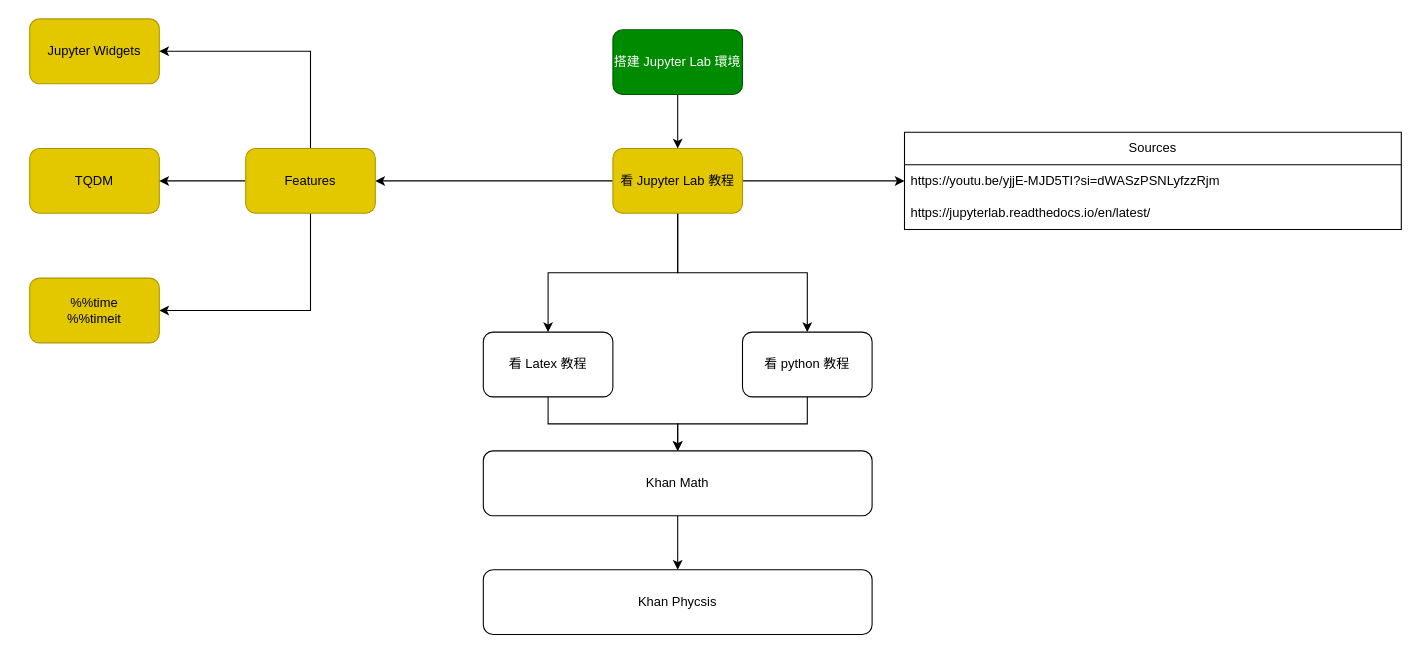
This is page "to-do" (2 of 2) of roadmap.drawio from Mini-Pingu/math_physics, a draw.io file, before an edit. Source tidied: cells renumbered, new cells numbered last; positions are measured from the earlier drawing's top-left corner, leaving out a move shared by most shapes. Both pictures are drawn from the tidied source at 108%, with x=0, y=0 at pixel (29, 18).
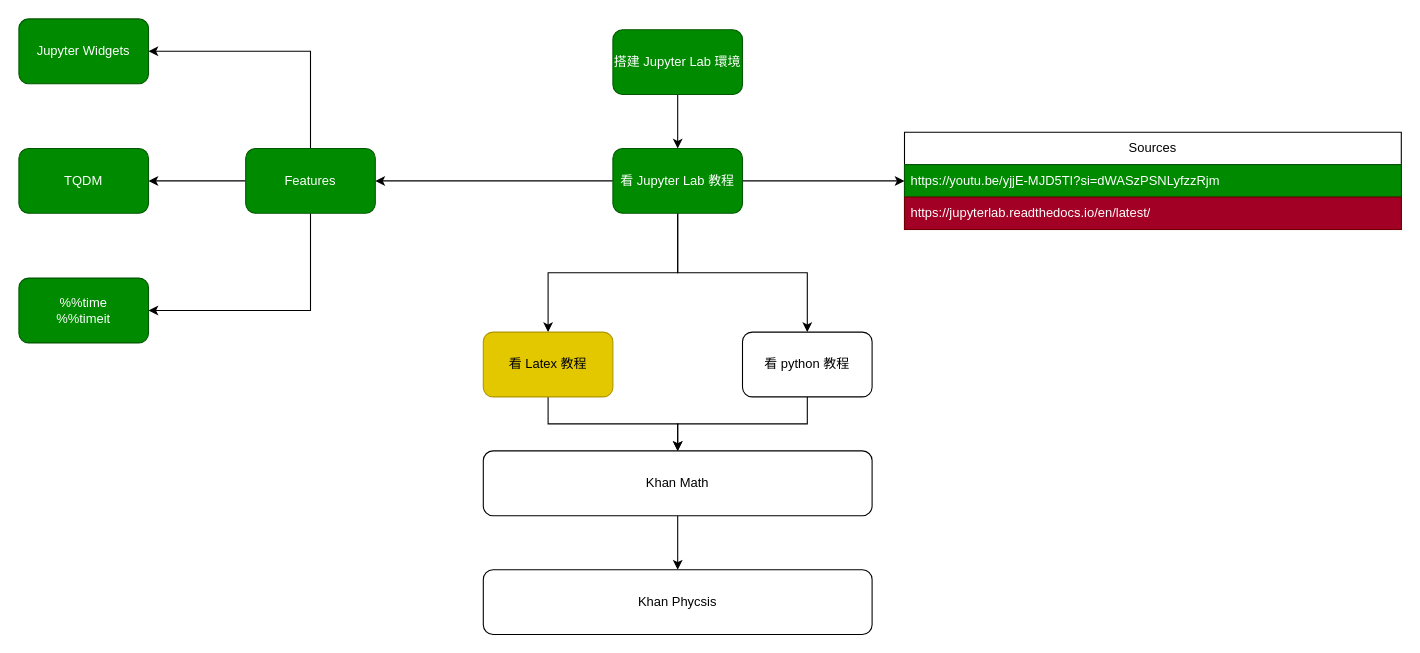
The same page after the edit.

Commit message (it also covers changes not shown here):
完成 youtube 教程, 有空才看 docs...

Unchanged cells that the change refers to:
```xml
<mxCell id="16" value="Sources" style="swimlane;fontStyle=0;horizontal=1;startSize=30;whiteSpace=wrap;html=1;" parent="1" vertex="1">
  <mxGeometry x="810" y="105" width="460" height="90" as="geometry" />
</mxCell>
```

Diff of the diagram source:
```diff
@@
-    <mxCell id="8" value="看 Jupyter Lab 教程" style="rounded=1;whiteSpace=wrap;html=1;fillColor=#e3c800;fontColor=#000000;strokeColor=#B09500;" parent="1" vertex="1">
+    <mxCell id="8" value="看 Jupyter Lab 教程" style="rounded=1;whiteSpace=wrap;html=1;fillColor=#008a00;fontColor=#ffffff;strokeColor=#005700;" parent="1" vertex="1">
       <mxGeometry x="540" y="120" width="120" height="60" as="geometry" />
     </mxCell>
@@
-    <mxCell id="10" value="看 Latex 教程" style="rounded=1;whiteSpace=wrap;html=1;" parent="1" vertex="1">
+    <mxCell id="10" value="看 Latex 教程" style="rounded=1;whiteSpace=wrap;html=1;fillColor=#e3c800;fontColor=#000000;strokeColor=#B09500;" parent="1" vertex="1">
       <mxGeometry x="420" y="290" width="120" height="60" as="geometry" />
     </mxCell>
@@
-    <mxCell id="17" value="https://youtu.be/yjjE-MJD5TI?si=dWASzPSNLyfzzRjm" style="text;strokeColor=none;fillColor=none;align=left;verticalAlign=middle;spacingLeft=4;spacingRight=4;overflow=hidden;whiteSpace=wrap;html=1;" parent="16" vertex="1">
+    <mxCell id="17" value="https://youtu.be/yjjE-MJD5TI?si=dWASzPSNLyfzzRjm" style="text;strokeColor=#005700;fillColor=#008a00;align=left;verticalAlign=middle;spacingLeft=4;spacingRight=4;overflow=hidden;whiteSpace=wrap;html=1;fontColor=#ffffff;" parent="16" vertex="1">
       <mxGeometry y="30" width="460" height="30" as="geometry" />
     </mxCell>
-    <mxCell id="18" value="https://jupyterlab.readthedocs.io/en/latest/" style="text;strokeColor=none;fillColor=none;align=left;verticalAlign=middle;spacingLeft=4;spacingRight=4;overflow=hidden;whiteSpace=wrap;html=1;" parent="16" vertex="1">
+    <mxCell id="18" value="https://jupyterlab.readthedocs.io/en/latest/" style="text;strokeColor=#6F0000;fillColor=#a20025;align=left;verticalAlign=middle;spacingLeft=4;spacingRight=4;overflow=hidden;whiteSpace=wrap;html=1;fontColor=#ffffff;" parent="16" vertex="1">
       <mxGeometry y="60" width="460" height="30" as="geometry" />
     </mxCell>
-    <mxCell id="19" value="Jupyter Widgets" style="rounded=1;whiteSpace=wrap;html=1;fillColor=#e3c800;fontColor=#000000;strokeColor=#B09500;" parent="1" vertex="1">
-      <mxGeometry width="120" height="60" as="geometry" />
+    <mxCell id="19" value="Jupyter Widgets" style="rounded=1;whiteSpace=wrap;html=1;fillColor=#008a00;fontColor=#ffffff;strokeColor=#005700;" parent="1" vertex="1">
+      <mxGeometry x="-10" width="120" height="60" as="geometry" />
     </mxCell>
-    <mxCell id="20" value="TQDM" style="rounded=1;whiteSpace=wrap;html=1;fillColor=#e3c800;fontColor=#000000;strokeColor=#B09500;" parent="1" vertex="1">
-      <mxGeometry y="120" width="120" height="60" as="geometry" />
+    <mxCell id="20" value="TQDM" style="rounded=1;whiteSpace=wrap;html=1;fillColor=#008a00;fontColor=#ffffff;strokeColor=#005700;" parent="1" vertex="1">
+      <mxGeometry x="-10" y="120" width="120" height="60" as="geometry" />
     </mxCell>
@@
-    <mxCell id="24" value="Features" style="rounded=1;whiteSpace=wrap;html=1;fillColor=#e3c800;fontColor=#000000;strokeColor=#B09500;" parent="1" vertex="1">
+    <mxCell id="24" value="Features" style="rounded=1;whiteSpace=wrap;html=1;fillColor=#008a00;fontColor=#ffffff;strokeColor=#005700;" parent="1" vertex="1">
       <mxGeometry x="200" y="120" width="120" height="60" as="geometry" />
     </mxCell>
-    <mxCell id="25" value="%%time&lt;div&gt;%%timeit&lt;/div&gt;" style="rounded=1;whiteSpace=wrap;html=1;fillColor=#e3c800;fontColor=#000000;strokeColor=#B09500;" parent="1" vertex="1">
-      <mxGeometry y="240" width="120" height="60" as="geometry" />
+    <mxCell id="25" value="%%time&lt;div&gt;%%timeit&lt;/div&gt;" style="rounded=1;whiteSpace=wrap;html=1;fillColor=#008a00;fontColor=#ffffff;strokeColor=#005700;" parent="1" vertex="1">
+      <mxGeometry x="-10" y="240" width="120" height="60" as="geometry" />
     </mxCell>
```
